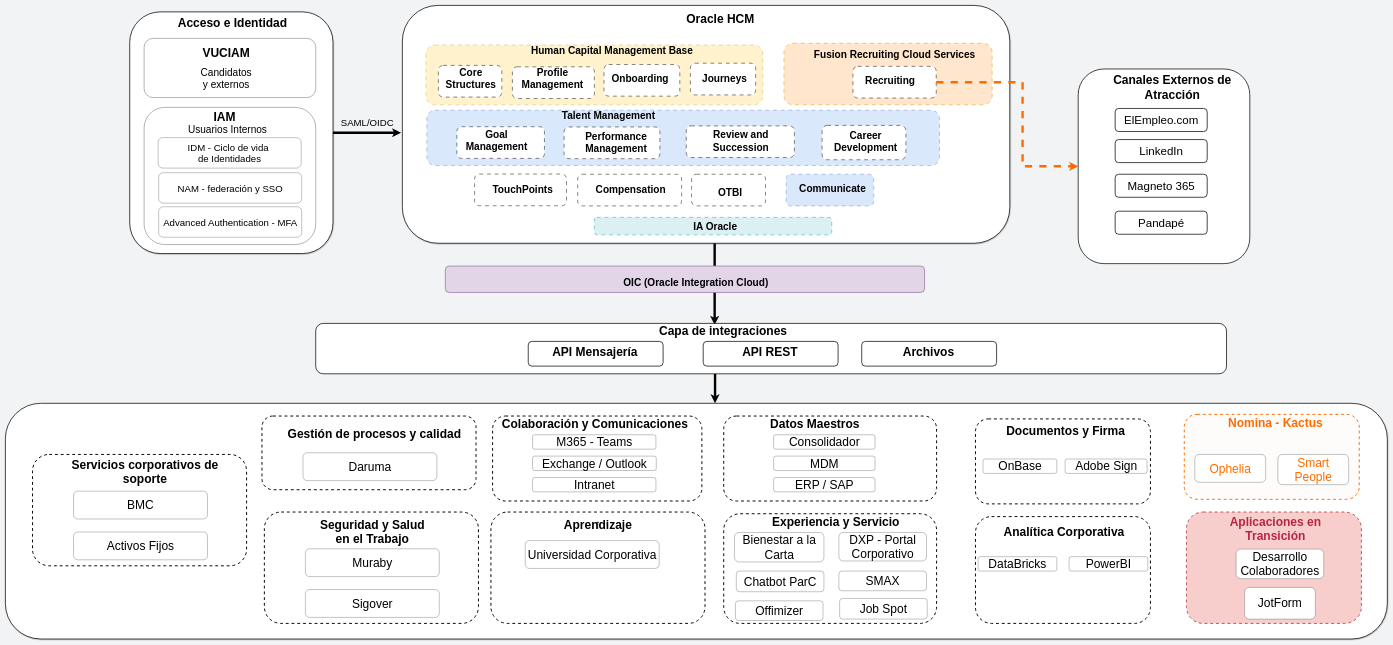
carlosvalderrama1204/diagrams keeps this draw.io diagram as page "Page-2" (2 of 2) of HCM.drawio. Above is the earlier version. Source tidied: cells renumbered, new cells numbered last; positions are measured from the earlier drawing's top-left corner, leaving out a move shared by most shapes. Both pictures are drawn from the tidied source at 24%, with x=0, y=0 at pixel (5, 5).
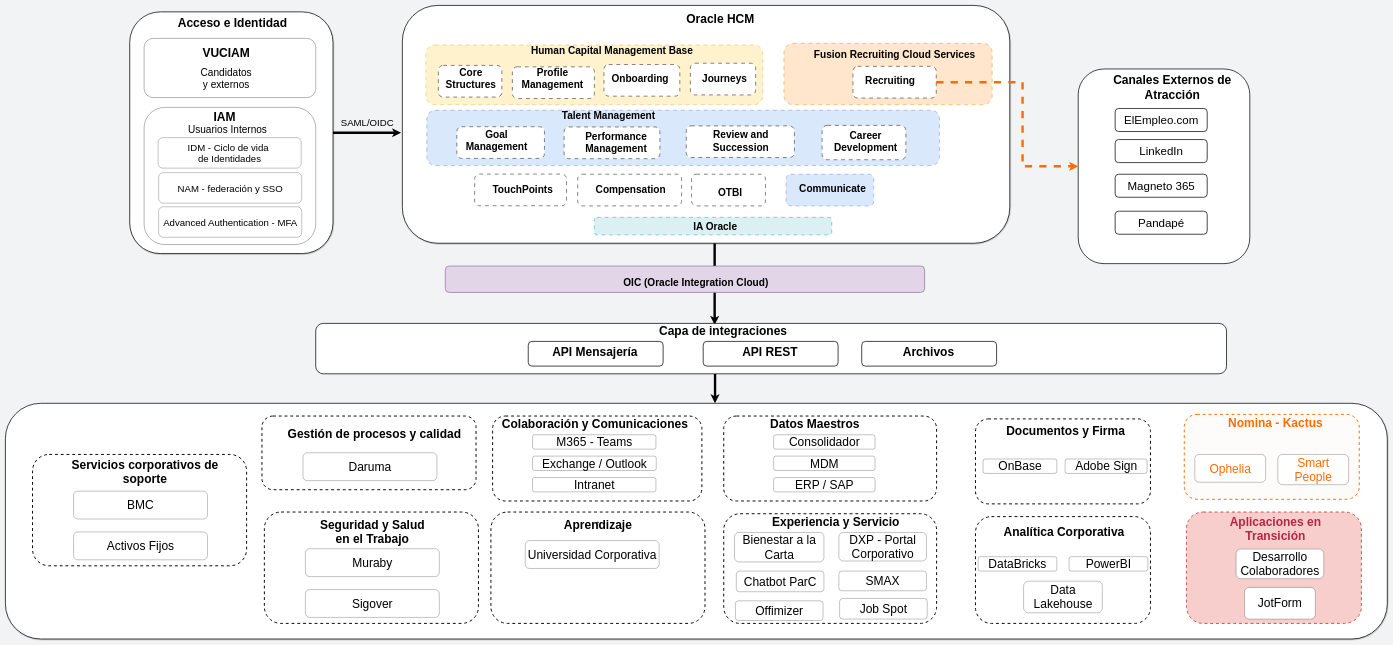
After the change.

Diff of the diagram source:
```diff
@@
+    <mxCell id="120" value="Data Lakehouse" style="rounded=1;whiteSpace=wrap;html=1;fontSize=50;" parent="1" vertex="1">
+      <mxGeometry x="4242.5" y="2399" width="328" height="132" as="geometry" />
+    </mxCell>
```
